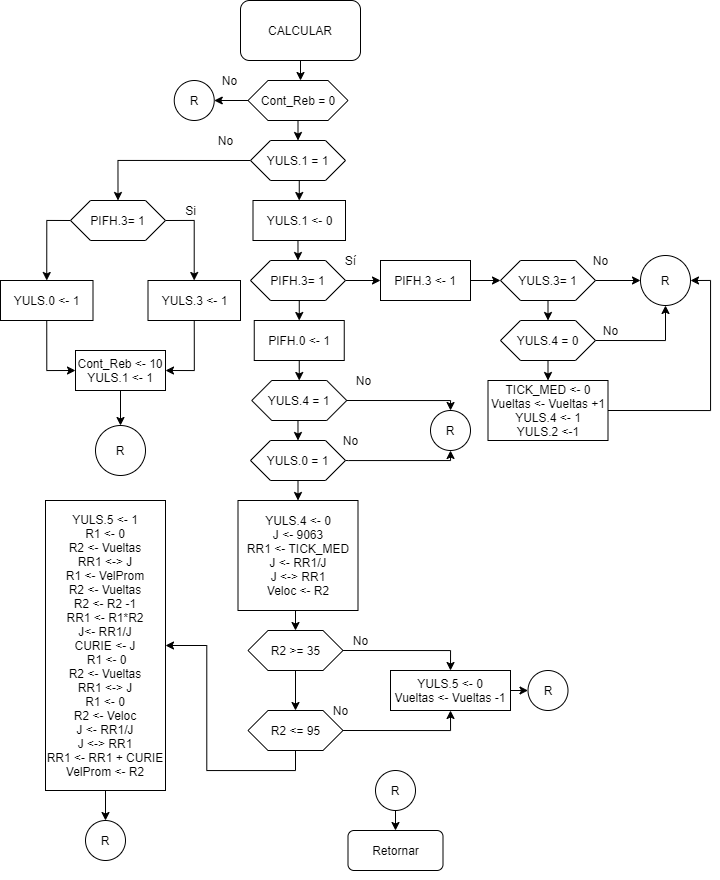
The draw.io diagram PF/CALCULAR.png in robz25/Microprocesadores, before a commit. Source tidied: cells renumbered, new cells last; positions are measured from the earlier drawing's top-left corner, leaving out a move shared by most shapes.
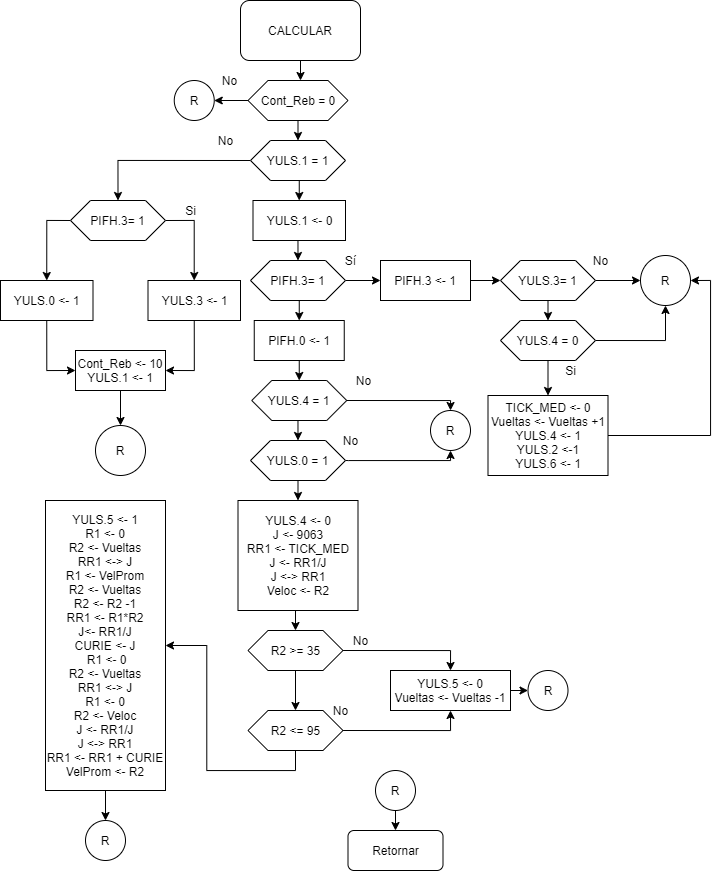
After the change.

The edit, as a diff of the source:
```diff
@@ -79,8 +79,8 @@
     <mxCell id="26" style="edgeStyle=orthogonalEdgeStyle;rounded=0;jettySize=auto;html=1;exitX=1;exitY=0.5;exitDx=0;exitDy=0;entryX=1;entryY=0.5;entryDx=0;entryDy=0;" parent="1" edge="1" source="27" target="24">
       <mxGeometry relative="1" as="geometry" />
     </mxCell>
-    <mxCell id="27" value="TICK_MED &amp;lt;- 0&lt;br&gt;Vueltas &amp;lt;- Vueltas +1&lt;br&gt;YULS.4 &amp;lt;- 1&lt;br&gt;YULS.2 &amp;lt;-1" style="rounded=0;whiteSpace=wrap;html=1;" parent="1" vertex="1">
-      <mxGeometry x="487.5" y="380" width="120" height="60" as="geometry" />
+    <mxCell id="27" value="TICK_MED &amp;lt;- 0&lt;br&gt;Vueltas &amp;lt;- Vueltas +1&lt;br&gt;YULS.4 &amp;lt;- 1&lt;br&gt;YULS.2 &amp;lt;-1&lt;br&gt;YULS.6 &amp;lt;- 1" style="rounded=0;whiteSpace=wrap;html=1;" parent="1" vertex="1">
+      <mxGeometry x="487.5" y="395" width="120" height="80" as="geometry" />
     </mxCell>
     <mxCell id="28" style="edgeStyle=orthogonalEdgeStyle;rounded=0;jettySize=auto;html=1;exitX=0.5;exitY=1;exitDx=0;exitDy=0;entryX=0.5;entryY=0;entryDx=0;entryDy=0;" parent="1" edge="1" source="30" target="27">
       <mxGeometry relative="1" as="geometry" />
@@ -91,9 +91,6 @@
     <mxCell id="30" value="YULS.4 = 0" style="shape=hexagon;perimeter=hexagonPerimeter2;whiteSpace=wrap;html=1;fixedSize=1;" parent="1" vertex="1">
       <mxGeometry x="500" y="320" width="95" height="40" as="geometry" />
     </mxCell>
-    <mxCell id="31" value="No" style="text;html=1;align=center;verticalAlign=middle;" parent="1" vertex="1">
-      <mxGeometry x="595" y="320" width="30" height="20" as="geometry" />
-    </mxCell>
     <mxCell id="32" style="edgeStyle=orthogonalEdgeStyle;rounded=0;jettySize=auto;html=1;exitX=0.5;exitY=1;exitDx=0;exitDy=0;entryX=0.5;entryY=0;entryDx=0;entryDy=0;" parent="1" edge="1" source="33" target="36">
       <mxGeometry relative="1" as="geometry" />
     </mxCell>
@@ -232,5 +229,8 @@
     <mxCell id="74" value="R" style="ellipse;whiteSpace=wrap;html=1;" parent="1" vertex="1">
       <mxGeometry x="173.8" y="80" width="40" height="40" as="geometry" />
     </mxCell>
+    <mxCell id="75" value="Si" style="text;html=1;align=center;verticalAlign=middle;" parent="1" vertex="1">
+      <mxGeometry x="555" y="360" width="30" height="20" as="geometry" />
+    </mxCell>
   </root>
 </mxGraphModel>
```
